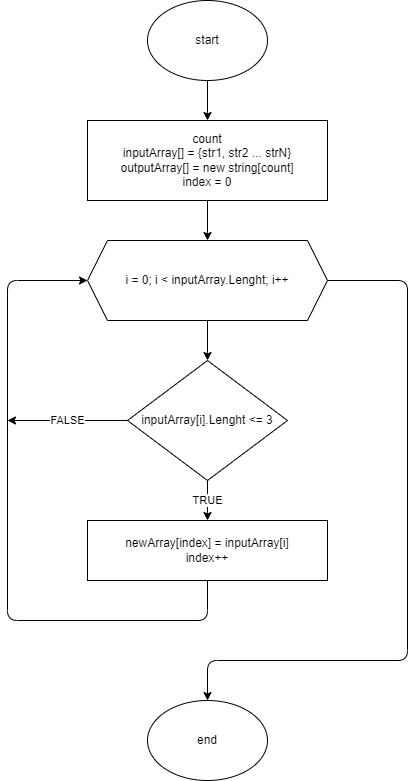
The draw.io diagram BlockDiagram.drawio.png in VladimirWN/FinalTaskGB, before a commit. Source tidied: cells renumbered, new cells last; positions are measured from the earlier drawing's top-left corner, leaving out a move shared by most shapes.
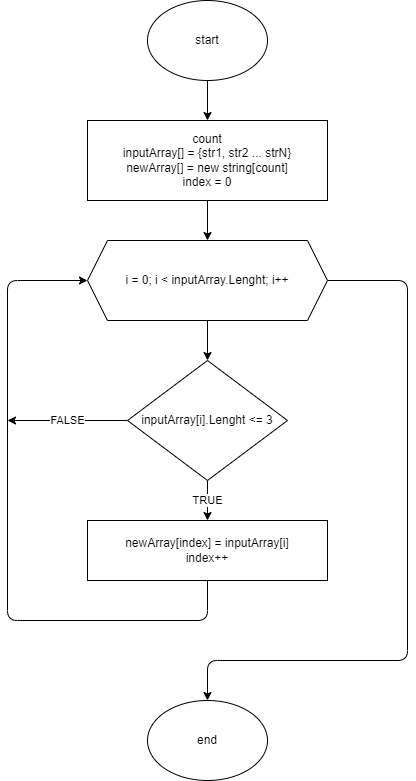
Later version of the same file.

Commit message:
add README.md, edit Block Diagram

Diff of the diagram source:
```diff
@@ -11,7 +11,7 @@
     <mxCell id="4" style="edgeStyle=none;html=1;entryX=0.5;entryY=0;entryDx=0;entryDy=0;" parent="1" edge="1" source="5" target="8">
       <mxGeometry relative="1" as="geometry" />
     </mxCell>
-    <mxCell id="5" value="count&lt;br&gt;inputArray[] = {str1, str2 ... strN}&lt;br&gt;outputArray[] = new string[count]&lt;br&gt;index = 0" style="whiteSpace=wrap;html=1;" parent="1" vertex="1">
+    <mxCell id="5" value="count&lt;br&gt;inputArray[] = {str1, str2 ... strN}&lt;br&gt;newArray[] = new string[count]&lt;br&gt;index = 0" style="whiteSpace=wrap;html=1;" parent="1" vertex="1">
       <mxGeometry x="80" y="120" width="240" height="80" as="geometry" />
     </mxCell>
     <mxCell id="6" style="edgeStyle=none;html=1;" parent="1" edge="1" source="8" target="11">
```
